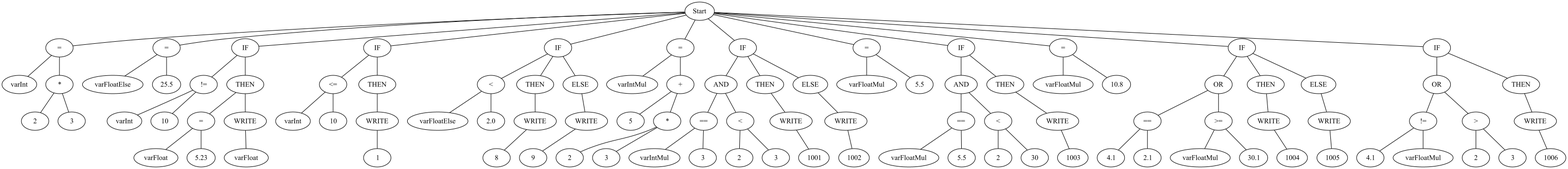
The Graphviz diagram arbol.png in pitta1881/TEO1-Lexico, before a commit. Its source is kept beside it as arbol.dot.
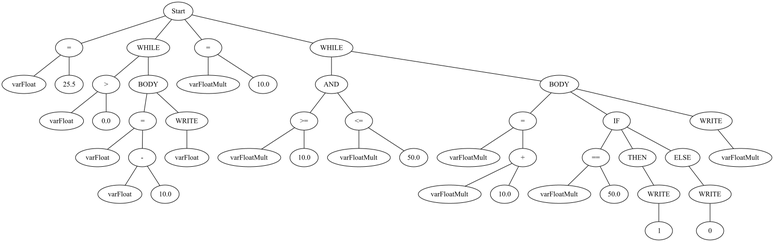
Above is the later version.

Commit message:
generates assembly code for while blocks

Change to the diagram source:
```diff
@@ -1,198 +1,90 @@
 graph G {node_start [label="Start"]
-nodo_2071334957 [label="="]
+nodo_33907773 [label="="]
+node_start -- nodo_33907773
+nodo_56198316 [label="varFloat"]
+nodo_33907773 -- nodo_56198316
+nodo_791674567 [label="25.5"]
+nodo_33907773 -- nodo_791674567
+nodo_788626044 [label="WHILE"]
+node_start -- nodo_788626044
+nodo_1853567106 [label=">"]
+nodo_788626044 -- nodo_1853567106
+nodo_1056055884 [label="varFloat"]
+nodo_1853567106 -- nodo_1056055884
+nodo_444886388 [label="0.0"]
+nodo_1853567106 -- nodo_444886388
+nodo_2127553907 [label="BODY"]
+nodo_788626044 -- nodo_2127553907
+nodo_1604235350 [label="="]
+nodo_2127553907 -- nodo_1604235350
+nodo_1593516715 [label="varFloat"]
+nodo_1604235350 -- nodo_1593516715
+nodo_774173465 [label="-"]
+nodo_1604235350 -- nodo_774173465
+nodo_205480405 [label="varFloat"]
+nodo_774173465 -- nodo_205480405
+nodo_646544388 [label="10.0"]
+nodo_774173465 -- nodo_646544388
+nodo_560004100 [label="WRITE"]
+nodo_2127553907 -- nodo_560004100
+nodo_2467571 [label="varFloat"]
+nodo_560004100 -- nodo_2467571
+nodo_1113989466 [label="="]
+node_start -- nodo_1113989466
+nodo_1913328722 [label="varFloatMult"]
+nodo_1113989466 -- nodo_1913328722
+nodo_2139782594 [label="10.0"]
+nodo_1113989466 -- nodo_2139782594
+nodo_2071334957 [label="WHILE"]
 node_start -- nodo_2071334957
-nodo_1329125670 [label="varInt"]
-nodo_2071334957 -- nodo_1329125670
-nodo_1604924527 [label="*"]
-nodo_2071334957 -- nodo_1604924527
-nodo_2103999776 [label="2"]
+nodo_149525224 [label="AND"]
+nodo_2071334957 -- nodo_149525224
+nodo_577420835 [label=">="]
+nodo_149525224 -- nodo_577420835
+nodo_237155265 [label="varFloatMult"]
+nodo_577420835 -- nodo_237155265
+nodo_1167998288 [label="10.0"]
+nodo_577420835 -- nodo_1167998288
+nodo_27564505 [label="<="]
+nodo_149525224 -- nodo_27564505
+nodo_1984472168 [label="varFloatMult"]
+nodo_27564505 -- nodo_1984472168
+nodo_1844424155 [label="50.0"]
+nodo_27564505 -- nodo_1844424155
+nodo_1496279435 [label="BODY"]
+nodo_2071334957 -- nodo_1496279435
+nodo_2086684966 [label="="]
+nodo_1496279435 -- nodo_2086684966
+nodo_1329125670 [label="varFloatMult"]
+nodo_2086684966 -- nodo_1329125670
+nodo_1604924527 [label="+"]
+nodo_2086684966 -- nodo_1604924527
+nodo_2103999776 [label="varFloatMult"]
 nodo_1604924527 -- nodo_2103999776
-nodo_62857938 [label="3"]
+nodo_62857938 [label="10.0"]
 nodo_1604924527 -- nodo_62857938
-nodo_172436074 [label="="]
-node_start -- nodo_172436074
-nodo_484146433 [label="varFloatElse"]
-nodo_172436074 -- nodo_484146433
-nodo_577012423 [label="25.5"]
+nodo_172436074 [label="IF"]
+nodo_1496279435 -- nodo_172436074
+nodo_577012423 [label="=="]
 nodo_172436074 -- nodo_577012423
-nodo_1488428523 [label="IF"]
-node_start -- nodo_1488428523
-nodo_753181691 [label="!="]
-nodo_1488428523 -- nodo_753181691
-nodo_714108442 [label="varInt"]
-nodo_753181691 -- nodo_714108442
-nodo_1311569510 [label="10"]
-nodo_753181691 -- nodo_1311569510
-nodo_580364510 [label="THEN"]
-nodo_1488428523 -- nodo_580364510
-nodo_723136033 [label="="]
-nodo_580364510 -- nodo_723136033
-nodo_886354628 [label="varFloat"]
-nodo_723136033 -- nodo_886354628
-nodo_919829774 [label="5.23"]
-nodo_723136033 -- nodo_919829774
-nodo_1461763655 [label="WRITE"]
-nodo_580364510 -- nodo_1461763655
-nodo_1569435006 [label="varFloat"]
-nodo_1461763655 -- nodo_1569435006
-nodo_1111013939 [label="IF"]
-node_start -- nodo_1111013939
-nodo_1269961794 [label="<="]
-nodo_1111013939 -- nodo_1269961794
-nodo_1961837283 [label="varInt"]
-nodo_1269961794 -- nodo_1961837283
-nodo_1929484143 [label="10"]
-nodo_1269961794 -- nodo_1929484143
-nodo_2074466220 [label="THEN"]
-nodo_1111013939 -- nodo_2074466220
-nodo_544132254 [label="WRITE"]
-nodo_2074466220 -- nodo_544132254
-nodo_773356074 [label="1"]
-nodo_544132254 -- nodo_773356074
-nodo_1365060201 [label="IF"]
-node_start -- nodo_1365060201
-nodo_1389148537 [label="<"]
-nodo_1365060201 -- nodo_1389148537
-nodo_1072189472 [label="varFloatElse"]
-nodo_1389148537 -- nodo_1072189472
-nodo_132000726 [label="2.0"]
-nodo_1389148537 -- nodo_132000726
-nodo_120882723 [label="THEN"]
-nodo_1365060201 -- nodo_120882723
-nodo_805626061 [label="WRITE"]
-nodo_120882723 -- nodo_805626061
-nodo_1301335997 [label="8"]
-nodo_805626061 -- nodo_1301335997
-nodo_996597058 [label="ELSE"]
-nodo_1365060201 -- nodo_996597058
-nodo_1156780990 [label="WRITE"]
-nodo_996597058 -- nodo_1156780990
-nodo_1232231087 [label="9"]
-nodo_1156780990 -- nodo_1232231087
-nodo_1394919115 [label="="]
-node_start -- nodo_1394919115
-nodo_1922459465 [label="varIntMul"]
-nodo_1394919115 -- nodo_1922459465
-nodo_774169670 [label="+"]
-nodo_1394919115 -- nodo_774169670
-nodo_1968731151 [label="5"]
-nodo_774169670 -- nodo_1968731151
-nodo_4191985 [label="*"]
-nodo_774169670 -- nodo_4191985
-nodo_1095923088 [label="2"]
-nodo_4191985 -- nodo_1095923088
-nodo_1222491944 [label="3"]
-nodo_4191985 -- nodo_1222491944
-nodo_2123579952 [label="IF"]
-node_start -- nodo_2123579952
-nodo_31763309 [label="AND"]
-nodo_2123579952 -- nodo_31763309
-nodo_1397268532 [label="=="]
-nodo_31763309 -- nodo_1397268532
-nodo_1992913290 [label="varIntMul"]
-nodo_1397268532 -- nodo_1992913290
-nodo_305082273 [label="3"]
-nodo_1397268532 -- nodo_305082273
-nodo_917782858 [label="<"]
-nodo_31763309 -- nodo_917782858
-nodo_552279720 [label="2"]
-nodo_917782858 -- nodo_552279720
-nodo_487812638 [label="3"]
-nodo_917782858 -- nodo_487812638
-nodo_1990858810 [label="THEN"]
-nodo_2123579952 -- nodo_1990858810
-nodo_1644210612 [label="WRITE"]
-nodo_1990858810 -- nodo_1644210612
-nodo_451343618 [label="1001"]
-nodo_1644210612 -- nodo_451343618
-nodo_469961694 [label="ELSE"]
-nodo_2123579952 -- nodo_469961694
-nodo_986626988 [label="WRITE"]
-nodo_469961694 -- nodo_986626988
-nodo_1566898248 [label="1002"]
-nodo_986626988 -- nodo_1566898248
-nodo_1879525379 [label="="]
-node_start -- nodo_1879525379
-nodo_1960767526 [label="varFloatMul"]
-nodo_1879525379 -- nodo_1960767526
-nodo_998389450 [label="5.5"]
-nodo_1879525379 -- nodo_998389450
-nodo_1105080138 [label="IF"]
-node_start -- nodo_1105080138
-nodo_189997090 [label="AND"]
-nodo_1105080138 -- nodo_189997090
-nodo_143638190 [label="=="]
-nodo_189997090 -- nodo_143638190
-nodo_579992851 [label="varFloatMul"]
-nodo_143638190 -- nodo_579992851
-nodo_302330484 [label="5.5"]
-nodo_143638190 -- nodo_302330484
-nodo_12927526 [label="<"]
-nodo_189997090 -- nodo_12927526
-nodo_1967847006 [label="2"]
-nodo_12927526 -- nodo_1967847006
-nodo_1478423681 [label="30"]
-nodo_12927526 -- nodo_1478423681
-nodo_1664346980 [label="THEN"]
-nodo_1105080138 -- nodo_1664346980
-nodo_1238188374 [label="WRITE"]
-nodo_1664346980 -- nodo_1238188374
-nodo_1805104695 [label="1003"]
-nodo_1238188374 -- nodo_1805104695
-nodo_1141042488 [label="="]
-node_start -- nodo_1141042488
-nodo_949376535 [label="varFloatMul"]
-nodo_1141042488 -- nodo_949376535
-nodo_460482466 [label="10.8"]
-nodo_1141042488 -- nodo_460482466
-nodo_1291996405 [label="IF"]
-node_start -- nodo_1291996405
-nodo_515507008 [label="OR"]
-nodo_1291996405 -- nodo_515507008
-nodo_337041518 [label="=="]
-nodo_515507008 -- nodo_337041518
-nodo_483516985 [label="4.1"]
-nodo_337041518 -- nodo_483516985
-nodo_1139503282 [label="2.1"]
-nodo_337041518 -- nodo_1139503282
-nodo_218483596 [label=">="]
-nodo_515507008 -- nodo_218483596
-nodo_796043242 [label="varFloatMul"]
-nodo_218483596 -- nodo_796043242
-nodo_1017202711 [label="30.1"]
-nodo_218483596 -- nodo_1017202711
-nodo_609731025 [label="THEN"]
-nodo_1291996405 -- nodo_609731025
-nodo_128788348 [label="WRITE"]
-nodo_609731025 -- nodo_128788348
-nodo_1029348756 [label="1004"]
-nodo_128788348 -- nodo_1029348756
-nodo_193829848 [label="ELSE"]
-nodo_1291996405 -- nodo_193829848
-nodo_298752561 [label="WRITE"]
-nodo_193829848 -- nodo_298752561
-nodo_2134301107 [label="1005"]
-nodo_298752561 -- nodo_2134301107
-nodo_384388604 [label="IF"]
-node_start -- nodo_384388604
-nodo_1901942690 [label="OR"]
-nodo_384388604 -- nodo_1901942690
-nodo_346510506 [label="!="]
-nodo_1901942690 -- nodo_346510506
-nodo_1561722060 [label="4.1"]
-nodo_346510506 -- nodo_1561722060
-nodo_22006847 [label="varFloatMul"]
-nodo_346510506 -- nodo_22006847
-nodo_439643123 [label=">"]
-nodo_1901942690 -- nodo_439643123
-nodo_882408987 [label="2"]
-nodo_439643123 -- nodo_882408987
-nodo_1176049624 [label="3"]
-nodo_439643123 -- nodo_1176049624
-nodo_961021200 [label="THEN"]
-nodo_384388604 -- nodo_961021200
-nodo_1743417 [label="WRITE"]
-nodo_961021200 -- nodo_1743417
-nodo_2005226631 [label="1006"]
-nodo_1743417 -- nodo_2005226631
+nodo_1488428523 [label="varFloatMult"]
+nodo_577012423 -- nodo_1488428523
+nodo_1796274413 [label="50.0"]
+nodo_577012423 -- nodo_1796274413
+nodo_753181691 [label="THEN"]
+nodo_172436074 -- nodo_753181691
+nodo_580364510 [label="WRITE"]
+nodo_753181691 -- nodo_580364510
+nodo_728054796 [label="1"]
+nodo_580364510 -- nodo_728054796
+nodo_36468676 [label="ELSE"]
+nodo_172436074 -- nodo_36468676
+nodo_919829774 [label="WRITE"]
+nodo_36468676 -- nodo_919829774
+nodo_1461763655 [label="0"]
+nodo_919829774 -- nodo_1461763655
+nodo_1569435006 [label="WRITE"]
+nodo_1496279435 -- nodo_1569435006
+nodo_1094293515 [label="varFloatMult"]
+nodo_1569435006 -- nodo_1094293515
 }
```
